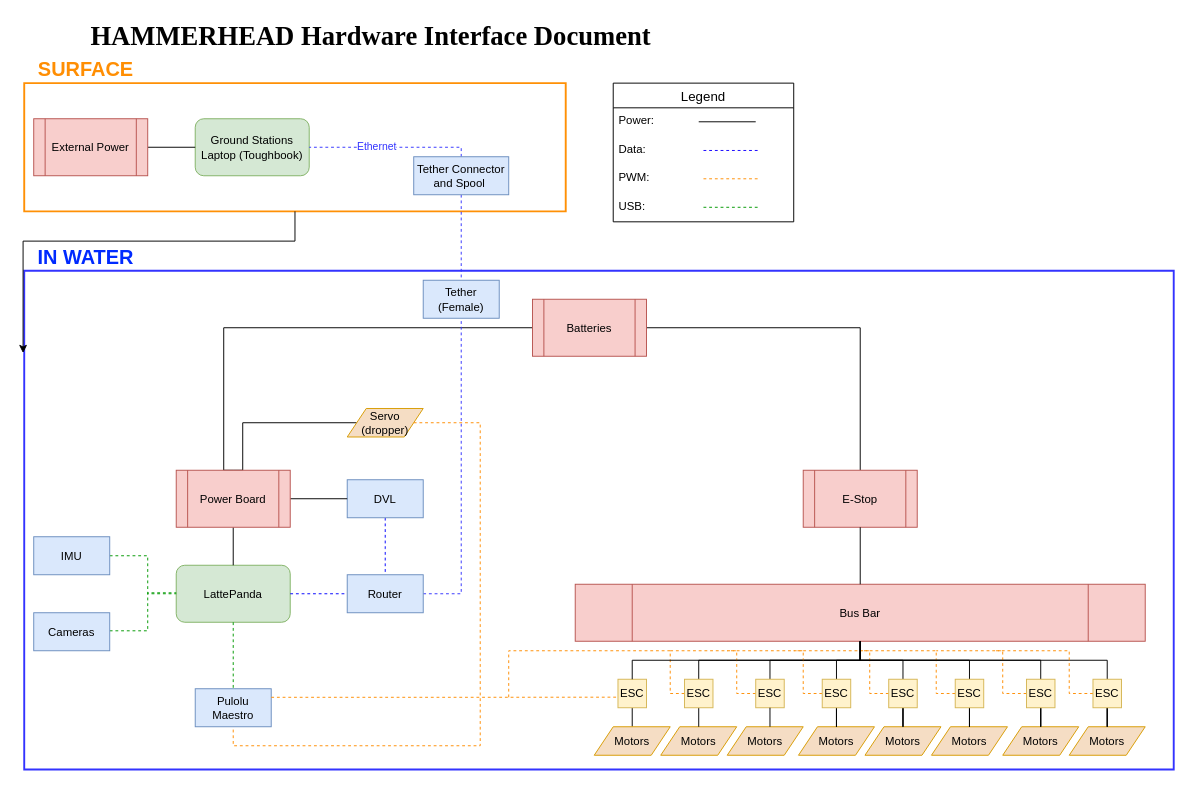
Earlier version of the draw.io diagram HammerheadSID.drawio (sam4413/RobosubSIDs). Source tidied: cells renumbered, new cells numbered last; positions are measured from the earlier drawing's top-left corner, leaving out a move shared by most shapes. Both pictures are drawn from the tidied source at 95%, with x=0, y=0 at pixel (24, 16).
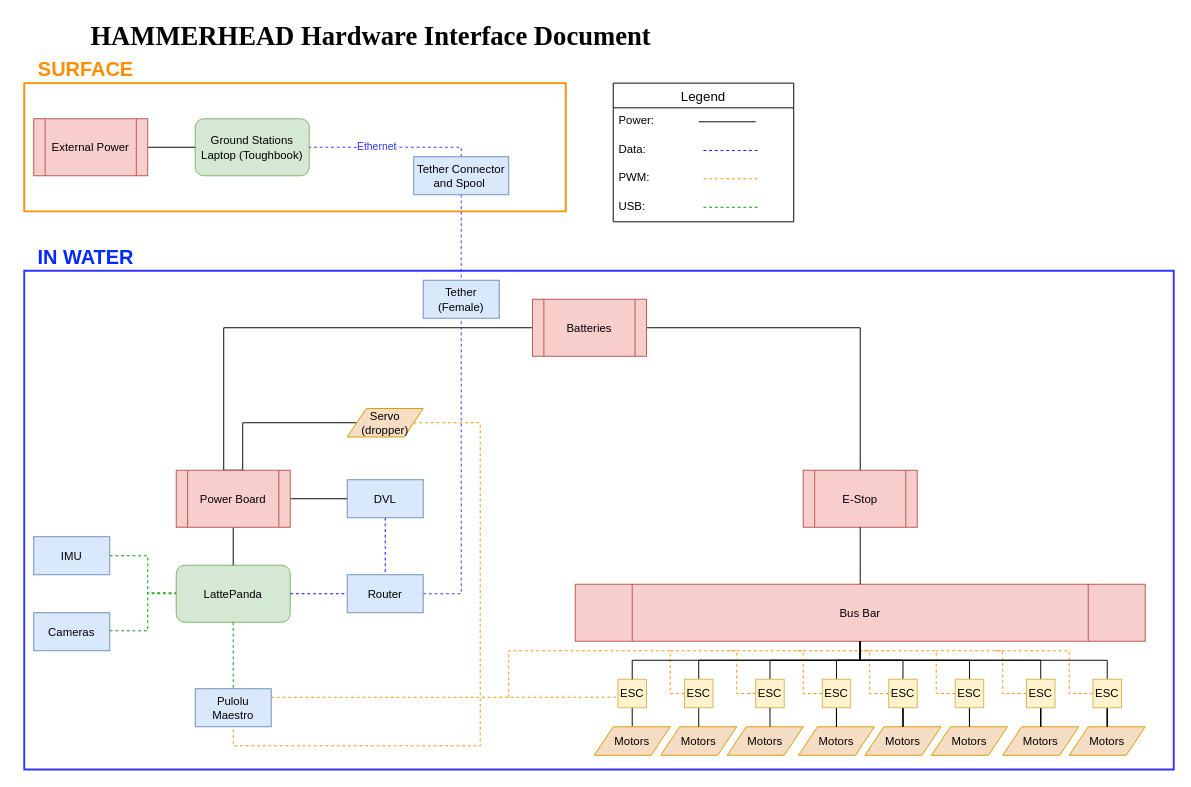
After the change.

The change refers to these unchanged cells:
```xml
<mxCell id="2" style="verticalLabelPosition=bottom;verticalAlign=top;html=1;shape=mxgraph.basic.rect;fillColor2=none;strokeWidth=2;size=20;indent=5;fillColor=none;strokeColor=#3333FF;" parent="1" vertex="1">
  <mxGeometry y="267.5" width="1210" height="525" as="geometry" />
</mxCell>
<mxCell id="68" style="verticalLabelPosition=bottom;verticalAlign=top;html=1;shape=mxgraph.basic.rect;fillColor2=none;strokeWidth=2;size=20;indent=5;fillColor=none;strokeColor=light-dark(#FF9005,#FFFFFF);" parent="1" vertex="1">
  <mxGeometry y="70" width="570" height="135" as="geometry" />
</mxCell>
```

The edit, as a diff of the source:
```diff
@@
-    <mxCell id="88" style="edgeStyle=orthogonalEdgeStyle;rounded=0;jettySize=auto;html=1;entryX=-0.001;entryY=0.165;entryDx=0;entryDy=0;entryPerimeter=0;" parent="1" edge="1" source="68" target="2">
-      <mxGeometry relative="1" as="geometry" />
-    </mxCell>
```
